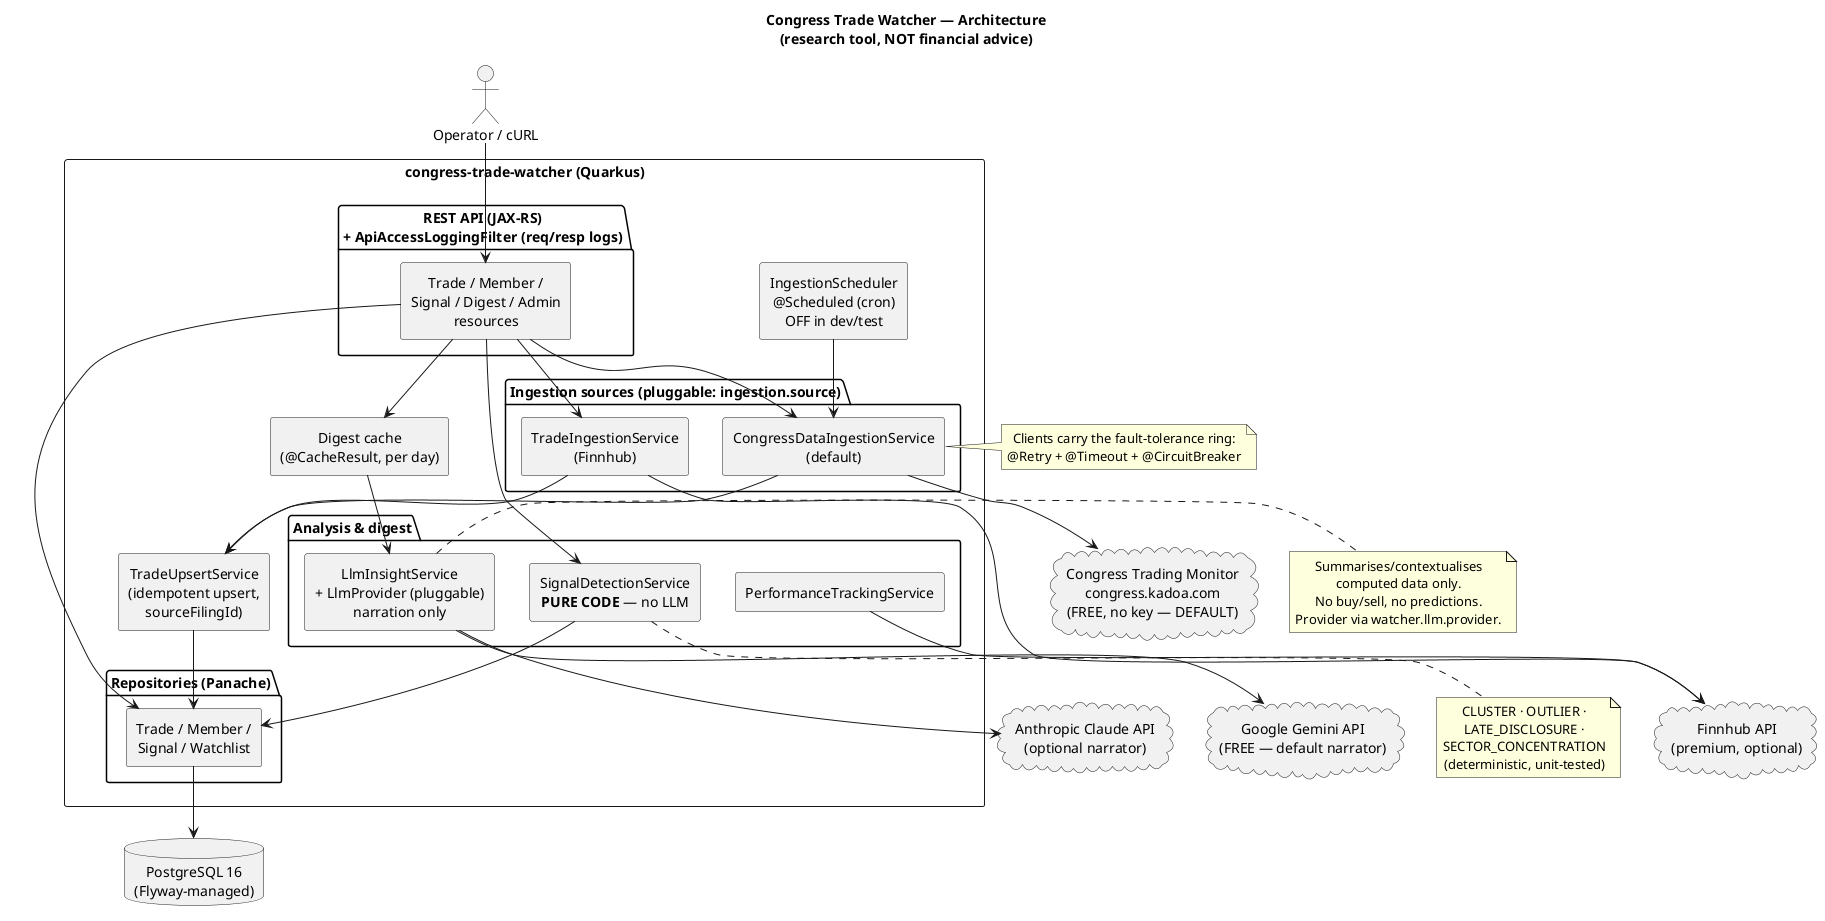
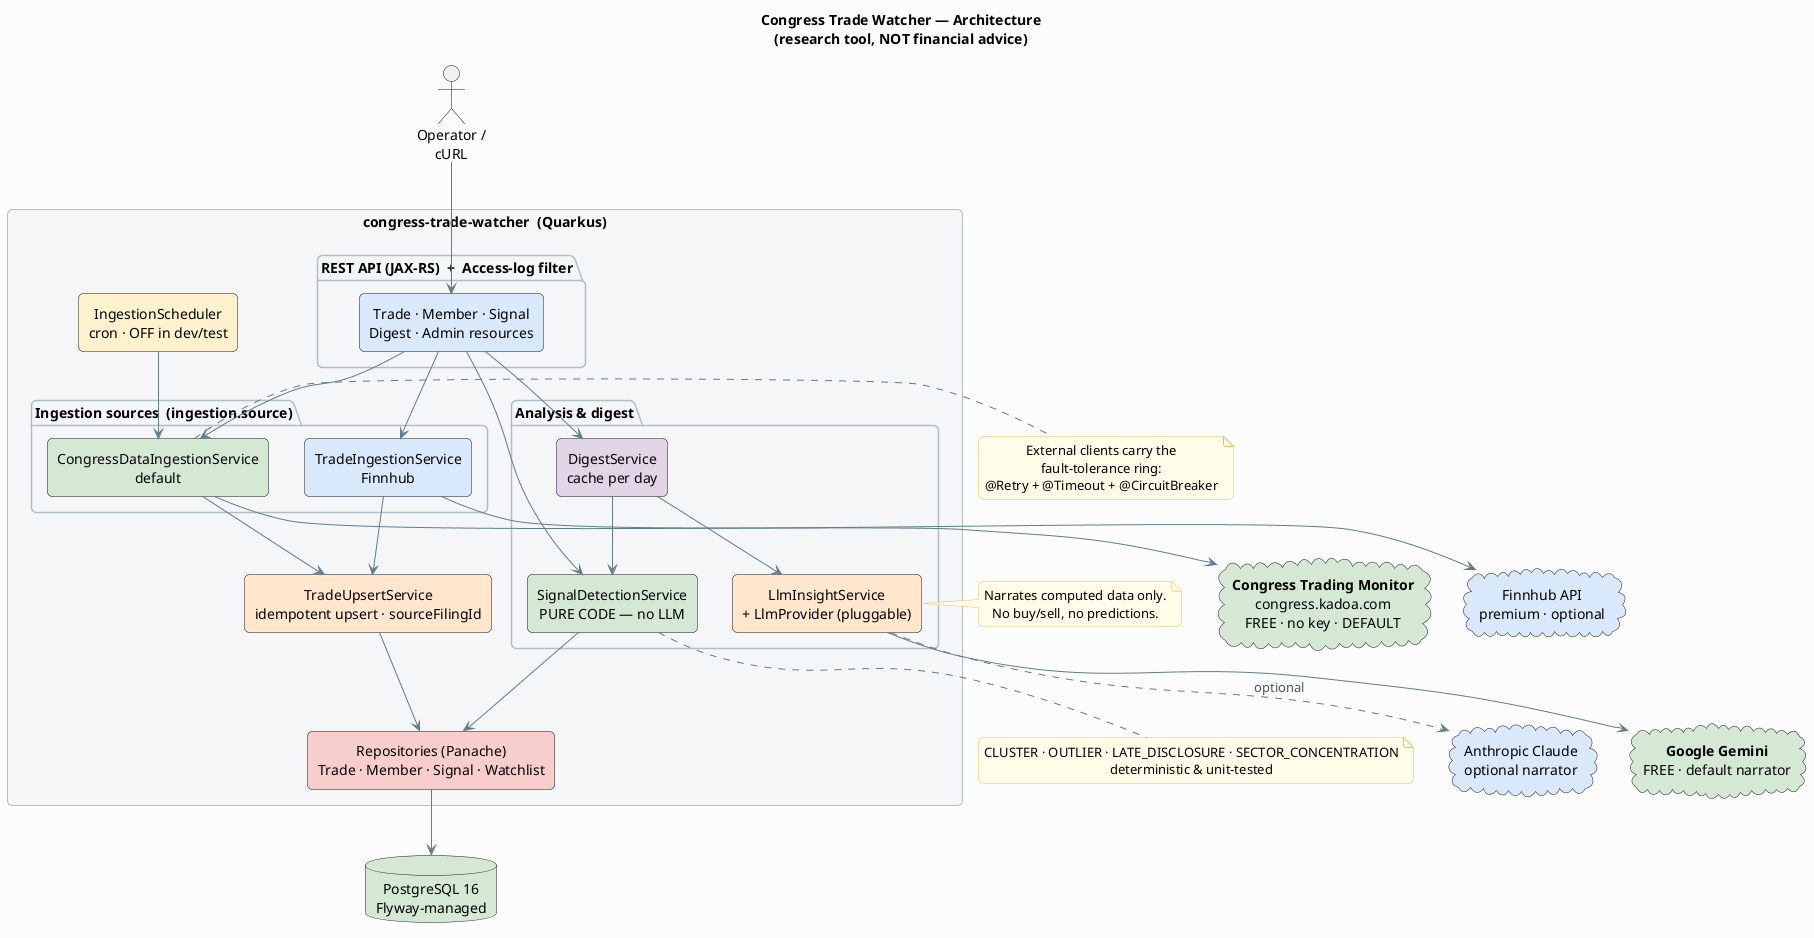
@startuml congress-trade-watcher
title Congress Trade Watcher — Architecture\n(research tool, NOT financial advice)

+ skinparam backgroundColor #FCFCFD
+ skinparam shadowing false
+ skinparam roundcorner 10
skinparam componentStyle rectangle
- skinparam shadowing false
skinparam defaultTextAlignment center
+ skinparam ArrowColor #607D8B
+ skinparam ArrowFontColor #455A64
+ skinparam rectangleBorderColor #B0BEC5
+ skinparam packageBackgroundColor #F4F6F8
+ skinparam packageBorderColor #B0BEC5
+ skinparam noteBackgroundColor #FFFDE7
+ skinparam noteBorderColor #E0C46C

- actor "Operator / cURL" as user
+ actor "Operator /\ncURL" as user

- cloud "Congress Trading Monitor\ncongress.kadoa.com\n(FREE, no key — DEFAULT)" as congress
- cloud "Finnhub API\n(premium, optional)" as finnhub
- cloud "Google Gemini API\n(FREE — default narrator)" as gemini
- cloud "Anthropic Claude API\n(optional narrator)" as anthropic
- database "PostgreSQL 16\n(Flyway-managed)" as pg
+ cloud "**Congress Trading Monitor**\ncongress.kadoa.com\nFREE · no key · DEFAULT" as congress #D5E8D4
+ cloud "Finnhub API\npremium · optional" as finnhub #DAE8FC
+ cloud "**Google Gemini**\nFREE · default narrator" as gemini #D5E8D4
+ cloud "Anthropic Claude\noptional narrator" as anthropic #DAE8FC
+ database "PostgreSQL 16\nFlyway-managed" as pg #D5E8D4

- rectangle "congress-trade-watcher (Quarkus)" {
+ rectangle "congress-trade-watcher  (Quarkus)" {

-   component "IngestionScheduler\n@Scheduled (cron)\nOFF in dev/test" as scheduler
+   component "IngestionScheduler\ncron · OFF in dev/test" as scheduler #FFF2CC

-   package "REST API (JAX-RS)\n+ ApiAccessLoggingFilter (req/resp logs)" {
-     component "Trade / Member /\nSignal / Digest / Admin\nresources" as api
+   package "REST API (JAX-RS)  +  Access-log filter" {
+     component "Trade · Member · Signal\nDigest · Admin resources" as api #DAE8FC
  }

-   package "Ingestion sources (pluggable: ingestion.source)" {
-     component "CongressDataIngestionService\n(default)" as congressIngest
-     component "TradeIngestionService\n(Finnhub)" as finnhubIngest
+   package "Ingestion sources  (ingestion.source)" {
+     component "CongressDataIngestionService\ndefault" as cong #D5E8D4
+     component "TradeIngestionService\nFinnhub" as finn #DAE8FC
  }

-   component "TradeUpsertService\n(idempotent upsert,\nsourceFilingId)" as upsert
+   component "TradeUpsertService\nidempotent upsert · sourceFilingId" as upsert #FFE6CC

  package "Analysis & digest" {
-     component "SignalDetectionService\n**PURE CODE** — no LLM" as detect
-     component "LlmInsightService\n+ LlmProvider (pluggable)\nnarration only" as llm
-     component "PerformanceTrackingService" as perf
+     component "SignalDetectionService\nPURE CODE — no LLM" as detect #D5E8D4
+     component "DigestService\ncache per day" as digest #E1D5E7
+     component "LlmInsightService\n+ LlmProvider (pluggable)" as llm #FFE6CC
  }

-   package "Repositories (Panache)" {
-     component "Trade / Member /\nSignal / Watchlist" as repos
-   }
- 
-   component "Digest cache\n(@CacheResult, per day)" as cache
+   component "Repositories (Panache)\nTrade · Member · Signal · Watchlist" as repos #F8CECC
}

- note right of congressIngest
-   Clients carry the fault-tolerance ring:
-   @Retry + @Timeout + @CircuitBreaker
- end note
+ user --> api
+ scheduler --> cong
+ api --> cong
+ api --> finn
+ api --> detect
+ api --> digest

- user --> api
- scheduler --> congressIngest
- api --> congressIngest
- api --> finnhubIngest
- 
- congressIngest --> congress
- finnhubIngest --> finnhub
- congressIngest --> upsert
- finnhubIngest --> upsert
+ cong --> congress
+ finn --> finnhub
+ cong --> upsert
+ finn --> upsert
upsert --> repos

- api --> repos
- api --> detect
+ digest --> detect
+ digest --> llm
+ llm --> gemini
+ llm ..> anthropic : optional
+ 
detect --> repos
- 
- api --> cache
- cache --> llm
- llm --> gemini
- llm --> anthropic
- perf --> finnhub
- 
repos --> pg

note bottom of detect
-   CLUSTER · OUTLIER ·
-   LATE_DISCLOSURE ·
-   SECTOR_CONCENTRATION
-   (deterministic, unit-tested)
+   CLUSTER · OUTLIER · LATE_DISCLOSURE · SECTOR_CONCENTRATION
+   deterministic & unit-tested
end note

note right of llm
-   Summarises/contextualises
-   computed data only.
+   Narrates computed data only.
  No buy/sell, no predictions.
-   Provider via watcher.llm.provider.
+ end note
+ 
+ note right of cong
+   External clients carry the
+   fault-tolerance ring:
+   @Retry + @Timeout + @CircuitBreaker
end note
@enduml
